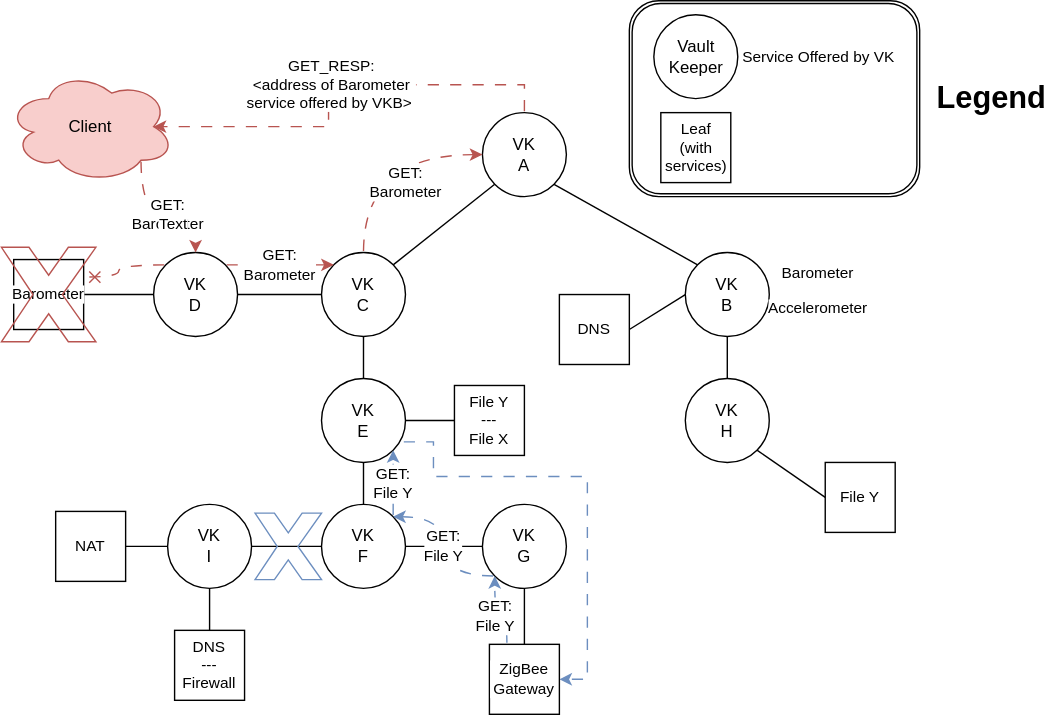
This is img/Orv.drawio.svg from rflandau/Orv, a draw.io export, as it was before one commit. Source tidied: cells renumbered, new cells last; positions are measured from the earlier drawing's top-left corner, leaving out a move shared by most shapes.
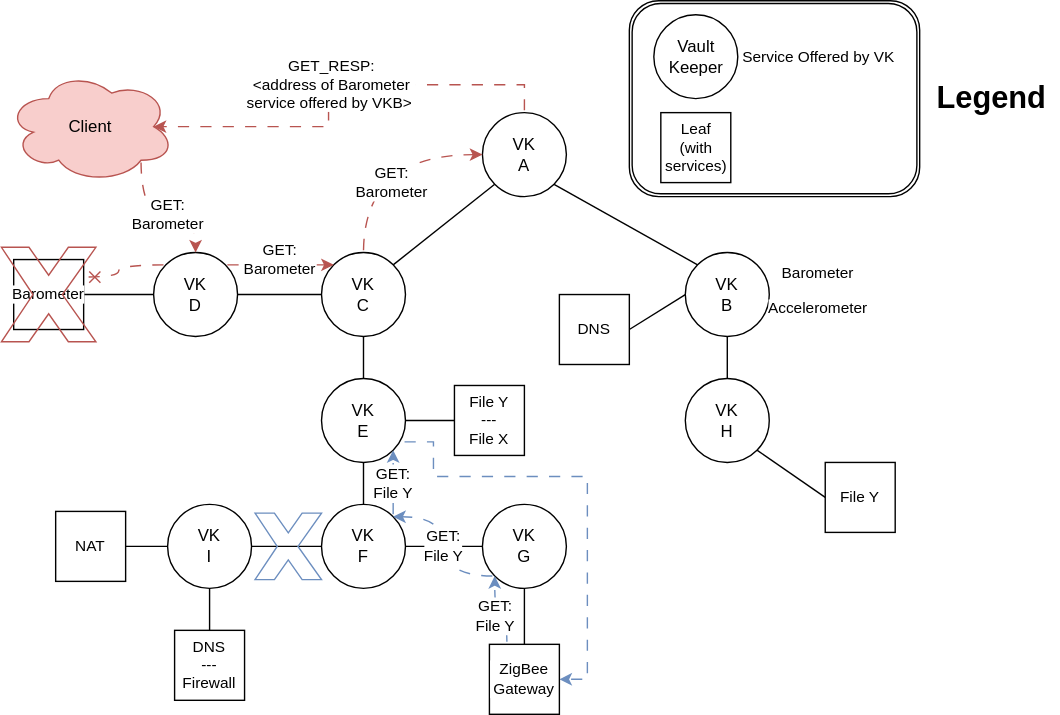
The same file after the commit.

Change to the diagram source:
```diff
@@ -23,7 +23,7 @@
     <mxCell id="8" style="edgeStyle=none;shape=connector;rounded=0;jettySize=auto;html=1;exitX=0.5;exitY=1;exitDx=0;exitDy=0;entryX=0.5;entryY=0;entryDx=0;entryDy=0;strokeColor=default;align=center;verticalAlign=middle;fontFamily=Helvetica;fontSize=11;fontColor=default;labelBackgroundColor=default;startFill=0;endArrow=none;flowAnimation=0;" parent="1" edge="1" source="10" target="17">
       <mxGeometry relative="1" as="geometry" />
     </mxCell>
-    <mxCell id="9" value="&lt;span&gt;&lt;span style=&quot;color: rgb(0, 0, 0); font-family: Helvetica; font-size: 11px; font-style: normal; font-variant-ligatures: normal; font-variant-caps: normal; font-weight: 400; letter-spacing: normal; orphans: 2; text-align: center; text-indent: 0px; text-transform: none; widows: 2; word-spacing: 0px; -webkit-text-stroke-width: 0px; white-space: nowrap; text-decoration-thickness: initial; text-decoration-style: initial; text-decoration-color: initial; float: none; display: inline !important; background-color: rgb(255, 255, 255);&quot;&gt;GET:&lt;/span&gt;&lt;br style=&quot;forced-color-adjust: none; color: rgb(0, 0, 0); font-family: Helvetica; font-size: 11px; font-style: normal; font-variant-ligatures: normal; font-variant-caps: normal; font-weight: 400; letter-spacing: normal; orphans: 2; text-align: center; text-indent: 0px; text-transform: none; widows: 2; word-spacing: 0px; -webkit-text-stroke-width: 0px; white-space: nowrap; text-decoration-thickness: initial; text-decoration-style: initial; text-decoration-color: initial;&quot;&gt;&lt;span style=&quot;color: rgb(0, 0, 0); font-family: Helvetica; font-size: 11px; font-style: normal; font-variant-ligatures: normal; font-variant-caps: normal; font-weight: 400; letter-spacing: normal; orphans: 2; text-align: center; text-indent: 0px; text-transform: none; widows: 2; word-spacing: 0px; -webkit-text-stroke-width: 0px; white-space: nowrap; text-decoration-thickness: initial; text-decoration-style: initial; text-decoration-color: initial; float: none; display: inline !important; background-color: rgb(255, 255, 255);&quot;&gt;Barometer&lt;/span&gt;&lt;/span&gt;" style="edgeStyle=orthogonalEdgeStyle;shape=connector;curved=1;rounded=0;jettySize=auto;html=1;exitX=0.5;exitY=0;exitDx=0;exitDy=0;entryX=0;entryY=0.5;entryDx=0;entryDy=0;strokeColor=#b85450;align=center;verticalAlign=middle;fontFamily=Helvetica;fontSize=11;fontColor=default;labelBackgroundColor=default;startFill=0;endArrow=classic;endFill=1;flowAnimation=1;fillColor=#f8cecc;" parent="1" edge="1" source="10" target="4">
+    <mxCell id="9" style="edgeStyle=orthogonalEdgeStyle;shape=connector;curved=1;rounded=0;jettySize=auto;html=1;exitX=0.5;exitY=0;exitDx=0;exitDy=0;entryX=0;entryY=0.5;entryDx=0;entryDy=0;strokeColor=#b85450;align=center;verticalAlign=middle;fontFamily=Helvetica;fontSize=11;fontColor=default;labelBackgroundColor=default;startFill=0;endArrow=classic;endFill=1;flowAnimation=1;fillColor=#f8cecc;" parent="1" edge="1" source="10" target="4">
       <mxGeometry x="0.29" y="-20" relative="1" as="geometry" />
     </mxCell>
     <mxCell id="10" value="VK&lt;br&gt;&lt;div&gt;C&lt;/div&gt;" style="ellipse;whiteSpace=wrap;html=1;" parent="1" vertex="1">
@@ -32,7 +32,7 @@
     <mxCell id="11" style="edgeStyle=none;shape=connector;rounded=0;jettySize=auto;html=1;exitX=0;exitY=0.5;exitDx=0;exitDy=0;entryX=1;entryY=0.5;entryDx=0;entryDy=0;strokeColor=default;align=center;verticalAlign=middle;fontFamily=Helvetica;fontSize=11;fontColor=default;labelBackgroundColor=default;startFill=0;endArrow=none;flowAnimation=0;" parent="1" edge="1" source="14" target="35">
       <mxGeometry relative="1" as="geometry" />
     </mxCell>
-    <mxCell id="12" value="&lt;span&gt;&lt;span style=&quot;color: rgb(0, 0, 0); font-family: Helvetica; font-size: 11px; font-style: normal; font-variant-ligatures: normal; font-variant-caps: normal; font-weight: 400; letter-spacing: normal; orphans: 2; text-align: center; text-indent: 0px; text-transform: none; widows: 2; word-spacing: 0px; -webkit-text-stroke-width: 0px; white-space: nowrap; text-decoration-thickness: initial; text-decoration-style: initial; text-decoration-color: initial; float: none; display: inline !important; background-color: rgb(255, 255, 255);&quot;&gt;GET:&lt;/span&gt;&lt;br style=&quot;forced-color-adjust: none; color: rgb(0, 0, 0); font-family: Helvetica; font-size: 11px; font-style: normal; font-variant-ligatures: normal; font-variant-caps: normal; font-weight: 400; letter-spacing: normal; orphans: 2; text-align: center; text-indent: 0px; text-transform: none; widows: 2; word-spacing: 0px; -webkit-text-stroke-width: 0px; white-space: nowrap; text-decoration-thickness: initial; text-decoration-style: initial; text-decoration-color: initial;&quot;&gt;&lt;span style=&quot;color: rgb(0, 0, 0); font-family: Helvetica; font-size: 11px; font-style: normal; font-variant-ligatures: normal; font-variant-caps: normal; font-weight: 400; letter-spacing: normal; orphans: 2; text-align: center; text-indent: 0px; text-transform: none; widows: 2; word-spacing: 0px; -webkit-text-stroke-width: 0px; white-space: nowrap; text-decoration-thickness: initial; text-decoration-style: initial; text-decoration-color: initial; float: none; display: inline !important; background-color: rgb(255, 255, 255);&quot;&gt;Barometer&lt;/span&gt;&lt;/span&gt;" style="edgeStyle=orthogonalEdgeStyle;shape=connector;curved=1;rounded=0;jettySize=auto;html=1;exitX=1;exitY=0;exitDx=0;exitDy=0;entryX=0;entryY=0;entryDx=0;entryDy=0;strokeColor=#b85450;align=center;verticalAlign=middle;fontFamily=Helvetica;fontSize=11;fontColor=default;labelBackgroundColor=default;startFill=0;endArrow=classic;endFill=1;flowAnimation=1;fillColor=#f8cecc;" parent="1" edge="1" source="14" target="10">
+    <mxCell id="12" style="edgeStyle=orthogonalEdgeStyle;shape=connector;curved=1;rounded=0;jettySize=auto;html=1;exitX=1;exitY=0;exitDx=0;exitDy=0;entryX=0;entryY=0;entryDx=0;entryDy=0;strokeColor=#b85450;align=center;verticalAlign=middle;fontFamily=Helvetica;fontSize=11;fontColor=default;labelBackgroundColor=default;startFill=0;endArrow=classic;endFill=1;flowAnimation=1;fillColor=#f8cecc;" parent="1" edge="1" source="14" target="10">
       <mxGeometry relative="1" as="geometry" />
     </mxCell>
     <mxCell id="13" style="edgeStyle=orthogonalEdgeStyle;shape=connector;curved=1;rounded=0;jettySize=auto;html=1;exitX=0;exitY=0;exitDx=0;exitDy=0;entryX=1;entryY=0.25;entryDx=0;entryDy=0;strokeColor=#b85450;align=center;verticalAlign=middle;fontFamily=Helvetica;fontSize=11;fontColor=default;labelBackgroundColor=default;startFill=0;endArrow=cross;endFill=0;flowAnimation=1;fillColor=#f8cecc;" parent="1" edge="1" source="14" target="35">
@@ -135,9 +135,6 @@
     <mxCell id="43" value="GET:&lt;br&gt;Barometer" style="edgeLabel;html=1;align=center;verticalAlign=middle;" parent="42" vertex="1">
       <mxGeometry x="0.14" y="2" relative="1" as="geometry" />
     </mxCell>
-    <mxCell id="44" value="Text" style="edgeLabel;html=1;align=center;verticalAlign=middle;" parent="42" vertex="1">
-      <mxGeometry x="0.22" y="-5" relative="1" as="geometry" />
-    </mxCell>
     <mxCell id="45" style="verticalLabelPosition=bottom;verticalAlign=top;html=1;shape=mxgraph.basic.x;fontFamily=Helvetica;fontSize=11;labelBackgroundColor=default;fillColor=none;strokeColor=#b85450;" parent="1" vertex="1">
       <mxGeometry x="0.2" y="176.2" width="67.5" height="67.5" as="geometry" />
     </mxCell>
@@ -168,5 +165,11 @@
     <mxCell id="54" value="Client" style="ellipse;shape=cloud;whiteSpace=wrap;html=1;fillColor=#f8cecc;strokeColor=#b85450;" parent="1" vertex="1">
       <mxGeometry x="4" y="50" width="120" height="80" as="geometry" />
     </mxCell>
+    <mxCell id="55" value="GET:&lt;br&gt;Barometer" style="edgeLabel;html=1;align=center;verticalAlign=middle;" parent="1" vertex="1">
+      <mxGeometry x="199" y="185" as="geometry" />
+    </mxCell>
+    <mxCell id="56" value="GET:&lt;br&gt;Barometer" style="edgeLabel;html=1;align=center;verticalAlign=middle;" parent="1" vertex="1">
+      <mxGeometry x="279" y="130" as="geometry" />
+    </mxCell>
   </root>
 </mxGraphModel>
```
